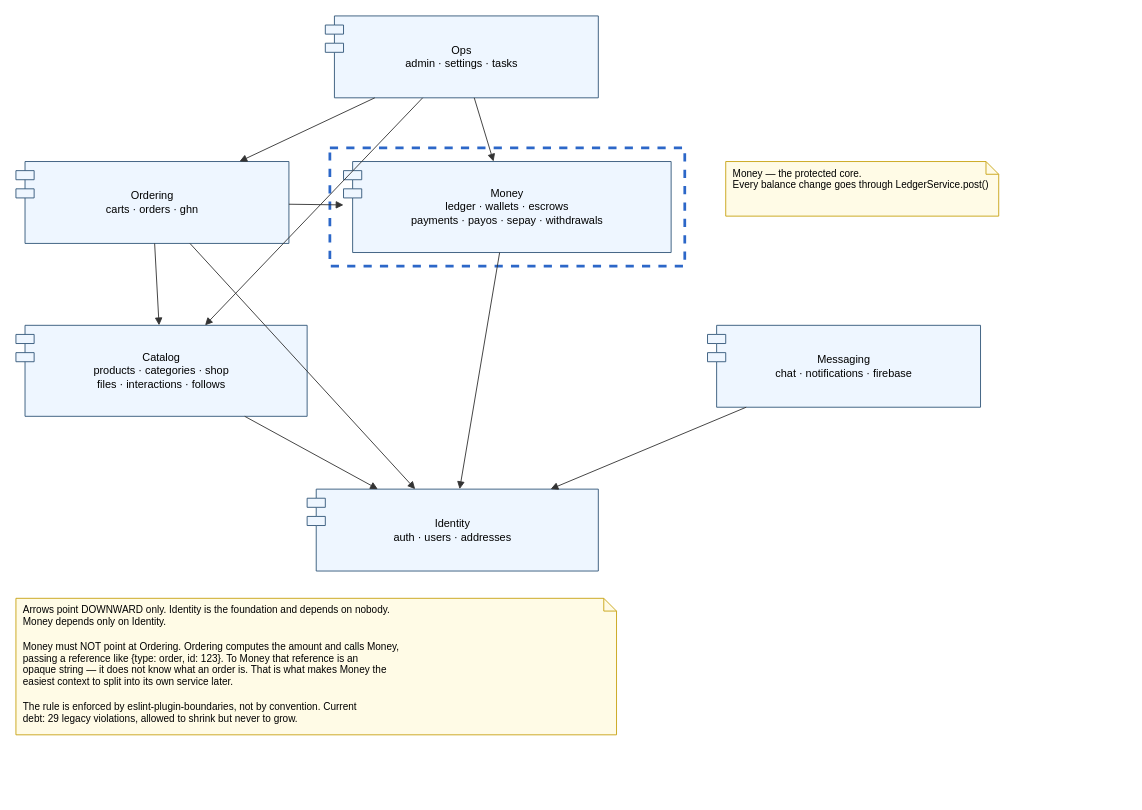
tdat-dev/Zoldify_Backend keeps this draw.io diagram as docs/system-design/drawio/r3-component-bounded-contexts.drawio. Above is the earlier version. Source tidied: cells renumbered, new cells numbered last; positions are measured from the earlier drawing's top-left corner, leaving out a move shared by most shapes. Both pictures are drawn from the tidied source at 91%, with x=0, y=0 at pixel (15, 15).
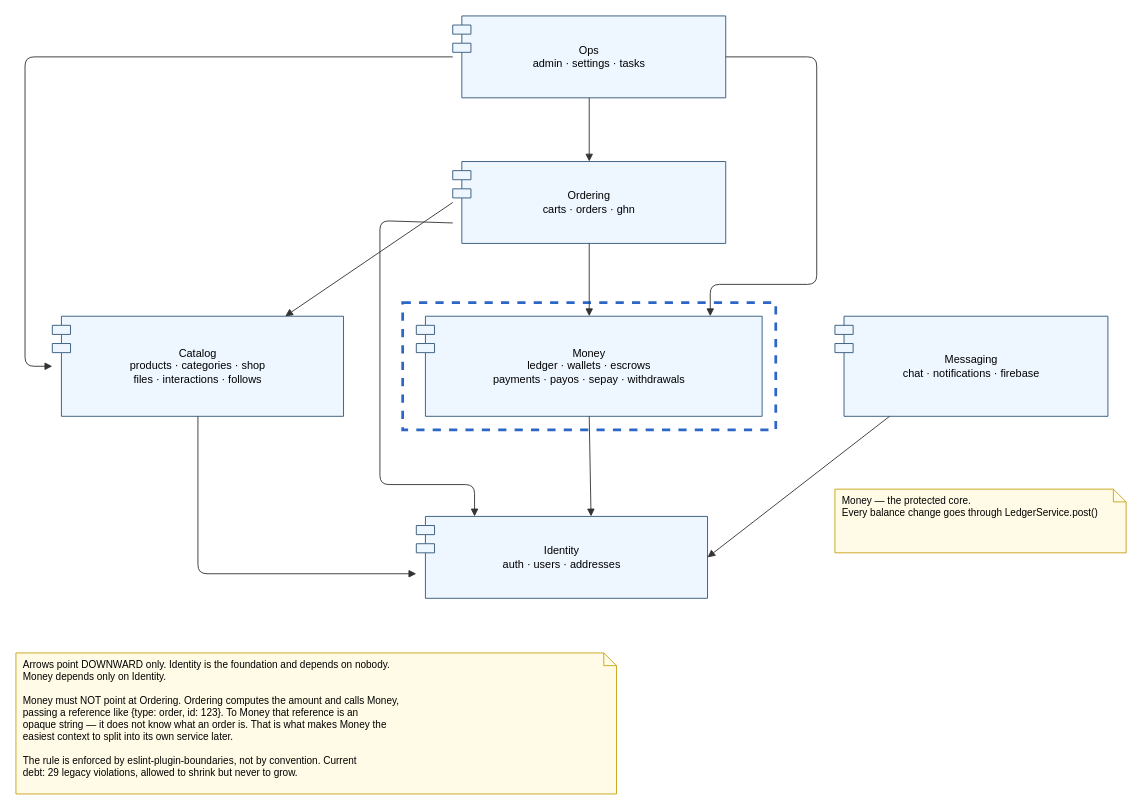
The same page after the edit.

Change to the diagram source:
```diff
@@
     <mxCell id="2" value="Ops&lt;br&gt;admin · settings · tasks" style="html=1;whiteSpace=wrap;shape=module;align=left;spacingLeft=30;fontSize=12;fillColor=#eef6ff;strokeColor=#33587a;verticalAlign=middle;align=center;spacingLeft=0;" parent="1" vertex="1">
-      <mxGeometry x="340" width="300" height="90" as="geometry" />
+      <mxGeometry x="480" width="300" height="90" as="geometry" />
     </mxCell>
     <mxCell id="3" value="Ordering&lt;br&gt;carts · orders · ghn" style="html=1;whiteSpace=wrap;shape=module;align=left;spacingLeft=30;fontSize=12;fillColor=#eef6ff;strokeColor=#33587a;verticalAlign=middle;align=center;spacingLeft=0;" parent="1" vertex="1">
-      <mxGeometry y="160" width="300" height="90" as="geometry" />
+      <mxGeometry x="480" y="160" width="300" height="90" as="geometry" />
     </mxCell>
-    <mxCell id="4" value="Money&lt;br&gt;ledger · wallets · escrows&lt;br&gt;payments · payos · sepay · withdrawals" style="html=1;whiteSpace=wrap;shape=module;align=left;spacingLeft=30;fontSize=12;fillColor=#eef6ff;strokeColor=#33587a;verticalAlign=middle;align=center;spacingLeft=0;" parent="1" vertex="1">
-      <mxGeometry x="360" y="160" width="360" height="100" as="geometry" />
+    <mxCell id="4" value="Catalog&lt;br&gt;products · categories · shop&lt;br&gt;files · interactions · follows" style="html=1;whiteSpace=wrap;shape=module;align=left;spacingLeft=30;fontSize=12;fillColor=#eef6ff;strokeColor=#33587a;verticalAlign=middle;align=center;spacingLeft=0;" parent="1" vertex="1">
+      <mxGeometry x="40" y="330" width="320" height="110" as="geometry" />
     </mxCell>
-    <mxCell id="5" value="Catalog&lt;br&gt;products · categories · shop&lt;br&gt;files · interactions · follows" style="html=1;whiteSpace=wrap;shape=module;align=left;spacingLeft=30;fontSize=12;fillColor=#eef6ff;strokeColor=#33587a;verticalAlign=middle;align=center;spacingLeft=0;" parent="1" vertex="1">
-      <mxGeometry y="340" width="320" height="100" as="geometry" />
+    <mxCell id="5" value="Money&lt;br&gt;ledger · wallets · escrows&lt;br&gt;payments · payos · sepay · withdrawals" style="html=1;whiteSpace=wrap;shape=module;align=left;spacingLeft=30;fontSize=12;fillColor=#eef6ff;strokeColor=#33587a;verticalAlign=middle;align=center;spacingLeft=0;" parent="1" vertex="1">
+      <mxGeometry x="440" y="330" width="380" height="110" as="geometry" />
     </mxCell>
     <mxCell id="6" value="Messaging&lt;br&gt;chat · notifications · firebase" style="html=1;whiteSpace=wrap;shape=module;align=left;spacingLeft=30;fontSize=12;fillColor=#eef6ff;strokeColor=#33587a;verticalAlign=middle;align=center;spacingLeft=0;" parent="1" vertex="1">
-      <mxGeometry x="760" y="340" width="300" height="90" as="geometry" />
+      <mxGeometry x="900" y="330" width="300" height="110" as="geometry" />
     </mxCell>
     <mxCell id="7" value="Identity&lt;br&gt;auth · users · addresses" style="html=1;whiteSpace=wrap;shape=module;align=left;spacingLeft=30;fontSize=12;fillColor=#eef6ff;strokeColor=#33587a;verticalAlign=middle;align=center;spacingLeft=0;" parent="1" vertex="1">
-      <mxGeometry x="320" y="520" width="320" height="90" as="geometry" />
+      <mxGeometry x="440" y="550" width="320" height="90" as="geometry" />
     </mxCell>
     <mxCell id="8" style="rounded=0;html=1;fillColor=none;strokeColor=#2C67C8;strokeWidth=3;dashed=1;" parent="1" vertex="1">
-      <mxGeometry x="345" y="145" width="390" height="130" as="geometry" />
+      <mxGeometry x="425" y="315" width="410" height="140" as="geometry" />
     </mxCell>
-    <mxCell id="9" style="endArrow=block;endFill=1;html=1;strokeColor=#333333;fontSize=11;" parent="1" edge="1" source="2" target="3">
+    <mxCell id="9" style="endArrow=block;endFill=1;html=1;strokeColor=#333333;fontSize=11;exitX=0.5;exitY=1;exitDx=0;exitDy=0;entryX=0.5;entryY=0;entryDx=0;entryDy=0;" parent="1" edge="1" source="2" target="3">
       <mxGeometry relative="1" as="geometry" />
     </mxCell>
-    <mxCell id="10" style="endArrow=block;endFill=1;html=1;strokeColor=#333333;fontSize=11;" parent="1" edge="1" source="2" target="4">
-      <mxGeometry relative="1" as="geometry" />
+    <mxCell id="10" style="endArrow=block;endFill=1;html=1;strokeColor=#333333;fontSize=11;exitX=1;exitY=0.5;exitDx=0;exitDy=0;entryX=0.85;entryY=0;entryDx=0;entryDy=0;" parent="1" edge="1" source="2" target="5">
+      <mxGeometry relative="1" as="geometry">
+        <Array as="points">
+          <mxPoint x="880" y="45" />
+          <mxPoint x="880" y="295" />
+          <mxPoint x="763" y="295" />
+        </Array>
+      </mxGeometry>
     </mxCell>
-    <mxCell id="11" style="endArrow=block;endFill=1;html=1;strokeColor=#333333;fontSize=11;" parent="1" edge="1" source="2" target="5">
-      <mxGeometry relative="1" as="geometry" />
+    <mxCell id="11" style="endArrow=block;endFill=1;html=1;strokeColor=#333333;fontSize=11;exitX=0;exitY=0.5;exitDx=0;exitDy=0;entryX=0;entryY=0.5;entryDx=0;entryDy=0;" parent="1" edge="1" source="2" target="4">
+      <mxGeometry relative="1" as="geometry">
+        <Array as="points">
+          <mxPoint x="10" y="45" />
+          <mxPoint x="10" y="385" />
+        </Array>
+      </mxGeometry>
     </mxCell>
-    <mxCell id="12" style="endArrow=block;endFill=1;html=1;strokeColor=#333333;fontSize=11;" parent="1" edge="1" source="3" target="5">
+    <mxCell id="12" style="endArrow=block;endFill=1;html=1;strokeColor=#333333;fontSize=11;exitX=0.5;exitY=1;exitDx=0;exitDy=0;entryX=0.5;entryY=0;entryDx=0;entryDy=0;" parent="1" edge="1" source="3" target="5">
       <mxGeometry relative="1" as="geometry" />
     </mxCell>
-    <mxCell id="13" style="endArrow=block;endFill=1;html=1;strokeColor=#333333;fontSize=11;" parent="1" edge="1" source="3" target="4">
+    <mxCell id="13" style="endArrow=block;endFill=1;html=1;strokeColor=#333333;fontSize=11;exitX=0;exitY=0.5;exitDx=0;exitDy=0;entryX=0.8;entryY=0;entryDx=0;entryDy=0;" parent="1" edge="1" source="3" target="4">
       <mxGeometry relative="1" as="geometry" />
     </mxCell>
-    <mxCell id="14" style="endArrow=block;endFill=1;html=1;strokeColor=#333333;fontSize=11;" parent="1" edge="1" source="3" target="7">
-      <mxGeometry relative="1" as="geometry" />
+    <mxCell id="14" style="endArrow=block;endFill=1;html=1;strokeColor=#333333;fontSize=11;exitX=0;exitY=0.75;exitDx=0;exitDy=0;entryX=0.2;entryY=0;entryDx=0;entryDy=0;" parent="1" edge="1" source="3" target="7">
+      <mxGeometry relative="1" as="geometry">
+        <Array as="points">
+          <mxPoint x="400" y="225" />
+          <mxPoint x="400" y="515" />
+          <mxPoint x="504" y="515" />
+        </Array>
+      </mxGeometry>
     </mxCell>
-    <mxCell id="15" style="endArrow=block;endFill=1;html=1;strokeColor=#333333;fontSize=11;" parent="1" edge="1" source="5" target="7">
-      <mxGeometry relative="1" as="geometry" />
+    <mxCell id="15" style="endArrow=block;endFill=1;html=1;strokeColor=#333333;fontSize=11;exitX=0.5;exitY=1;exitDx=0;exitDy=0;entryX=0;entryY=0.7;entryDx=0;entryDy=0;" parent="1" edge="1" source="4" target="7">
+      <mxGeometry relative="1" as="geometry">
+        <Array as="points">
+          <mxPoint x="200" y="440" />
+          <mxPoint x="200" y="613" />
+        </Array>
+      </mxGeometry>
     </mxCell>
-    <mxCell id="16" style="endArrow=block;endFill=1;html=1;strokeColor=#333333;fontSize=11;" parent="1" edge="1" source="6" target="7">
+    <mxCell id="16" style="endArrow=block;endFill=1;html=1;strokeColor=#333333;fontSize=11;exitX=0.5;exitY=1;exitDx=0;exitDy=0;entryX=0.6;entryY=0;entryDx=0;entryDy=0;" parent="1" edge="1" source="5" target="7">
       <mxGeometry relative="1" as="geometry" />
     </mxCell>
-    <mxCell id="17" style="endArrow=block;endFill=1;html=1;strokeColor=#333333;fontSize=11;" parent="1" edge="1" source="4" target="7">
+    <mxCell id="17" style="endArrow=block;endFill=1;html=1;strokeColor=#333333;fontSize=11;exitX=0.2;exitY=1;exitDx=0;exitDy=0;entryX=1;entryY=0.5;entryDx=0;entryDy=0;" parent="1" edge="1" source="6" target="7">
       <mxGeometry relative="1" as="geometry" />
     </mxCell>
     <mxCell id="18" value="Arrows point DOWNWARD only. Identity is the foundation and depends on nobody.&lt;br&gt;Money depends only on Identity.&lt;br&gt;&lt;br&gt;Money must NOT point at Ordering. Ordering computes the amount and calls Money,&lt;br&gt;passing a reference like {type: order, id: 123}. To Money that reference is an&lt;br&gt;opaque string — it does not know what an order is. That is what makes Money the&lt;br&gt;easiest context to split into its own service later.&lt;br&gt;&lt;br&gt;The rule is enforced by eslint-plugin-boundaries, not by convention. Current&lt;br&gt;debt: 29 legacy violations, allowed to shrink but never to grow." style="shape=note;whiteSpace=wrap;html=1;size=14;verticalAlign=top;align=left;spacingLeft=6;fontSize=11;fillColor=#fffbe6;strokeColor=#c8a415;" parent="1" vertex="1">
-      <mxGeometry y="640" width="660" height="150" as="geometry" />
+      <mxGeometry y="700" width="660" height="155" as="geometry" />
     </mxCell>
     <mxCell id="19" value="Money — the protected core.&lt;br&gt;Every balance change goes through LedgerService.post()" style="shape=note;whiteSpace=wrap;html=1;size=14;verticalAlign=top;align=left;spacingLeft=6;fontSize=11;fillColor=#fffbe6;strokeColor=#c8a415;" parent="1" vertex="1">
-      <mxGeometry x="780" y="160" width="300" height="60" as="geometry" />
+      <mxGeometry x="900" y="520" width="320" height="70" as="geometry" />
     </mxCell>
```
